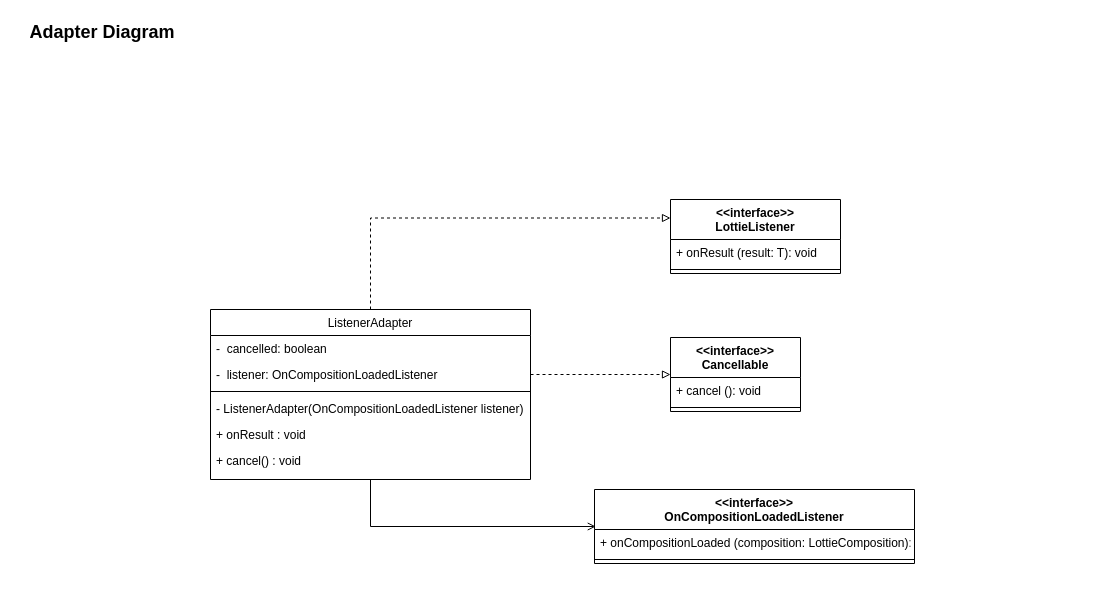
This is Adapter Diagram.drawio from ussnllmn/SAD-1-2564, a draw.io file, before an edit. Source tidied: cells renumbered, new cells numbered last; positions are measured from the earlier drawing's top-left corner, leaving out a move shared by most shapes. Both pictures are drawn from the tidied source at 100%, with x=0, y=0 at pixel (17, 17).
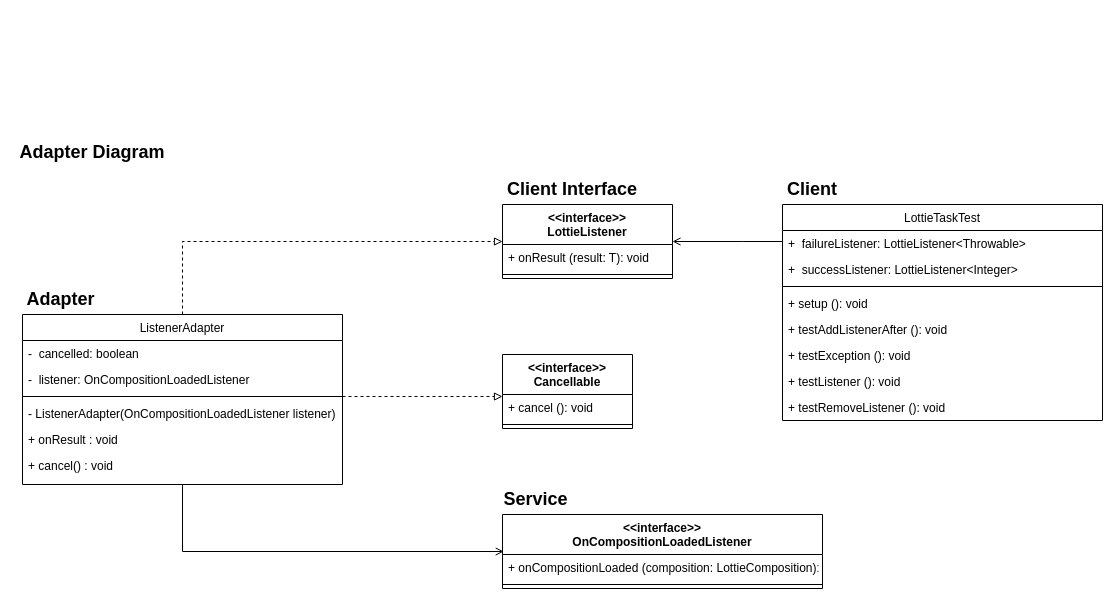
Above is the later version.

The change refers to these unchanged cells:
```xml
<mxCell id="6" value="-  listener: OnCompositionLoadedListener" style="text;align=left;verticalAlign=top;spacingLeft=4;spacingRight=4;overflow=hidden;points=[[0,0.5],[1,0.5]];portConstraint=eastwest;rounded=0;shadow=0;html=0;" parent="4" vertex="1">
  <mxGeometry y="52" width="320" height="26" as="geometry" />
</mxCell>
<mxCell id="7" style="line;html=1;strokeWidth=1;align=left;verticalAlign=middle;spacingTop=-1;spacingLeft=3;spacingRight=3;labelPosition=right;points=[];portConstraint=eastwest;" parent="4" vertex="1">
  <mxGeometry y="78" width="320" height="8" as="geometry" />
</mxCell>
<mxCell id="19" value="+ cancel (): void" style="text;align=left;verticalAlign=top;spacingLeft=4;spacingRight=4;overflow=hidden;points=[[0,0.5],[1,0.5]];portConstraint=eastwest;" parent="18" vertex="1">
  <mxGeometry y="40" width="130" height="26" as="geometry" />
</mxCell>
```

The edit, as a diff of the source:
```diff
@@
-    <mxCell id="2" style="edgeStyle=orthogonalEdgeStyle;rounded=0;jettySize=auto;html=1;entryX=0;entryY=0.25;entryDx=0;entryDy=0;dashed=1;endArrow=block;endFill=0;" parent="1" edge="1" source="4" target="15">
+    <mxCell id="2" style="edgeStyle=orthogonalEdgeStyle;rounded=0;jettySize=auto;html=1;entryX=0;entryY=0.5;entryDx=0;entryDy=0;dashed=1;endArrow=block;endFill=0;" parent="1" edge="1" source="4" target="15">
       <mxGeometry relative="1" as="geometry">
         <Array as="points">
-          <mxPoint x="353" y="201" />
+          <mxPoint x="165" y="224" />
         </Array>
       </mxGeometry>
     </mxCell>
@@
     <mxCell id="4" value="ListenerAdapter" style="swimlane;fontStyle=0;align=center;verticalAlign=top;horizontal=1;startSize=26;rounded=0;shadow=0;strokeWidth=1;" parent="1" vertex="1">
-      <mxGeometry x="193" y="292" width="320" height="170" as="geometry" />
+      <mxGeometry x="5" y="297" width="320" height="170" as="geometry" />
     </mxCell>
@@
     <mxCell id="11" value="Adapter Diagram" style="text;html=1;strokeColor=none;fillColor=none;align=center;verticalAlign=middle;whiteSpace=wrap;rounded=0;fontSize=18;fontStyle=1;" parent="1" vertex="1">
-      <mxGeometry width="170" height="30" as="geometry" />
+      <mxGeometry y="120" width="150" height="30" as="geometry" />
     </mxCell>
     <mxCell id="12" value="&lt;&lt;interface&gt;&gt;&#10;OnCompositionLoadedListener" style="swimlane;fontStyle=1;align=center;verticalAlign=top;horizontal=1;startSize=40;rounded=0;shadow=0;strokeWidth=1;" parent="1" vertex="1">
-      <mxGeometry x="577" y="472" width="320" height="74" as="geometry" />
+      <mxGeometry x="485" y="497" width="320" height="74" as="geometry" />
     </mxCell>
@@
     <mxCell id="15" value="&lt;&lt;interface&gt;&gt;&#10;LottieListener" style="swimlane;fontStyle=1;align=center;verticalAlign=top;horizontal=1;startSize=40;rounded=0;shadow=0;strokeWidth=1;" parent="1" vertex="1">
-      <mxGeometry x="653" y="182" width="170" height="74" as="geometry" />
+      <mxGeometry x="485" y="187" width="170" height="74" as="geometry" />
     </mxCell>
@@
     <mxCell id="18" value="&lt;&lt;interface&gt;&gt;&#10;Cancellable" style="swimlane;fontStyle=1;align=center;verticalAlign=top;horizontal=1;startSize=40;rounded=0;shadow=0;strokeWidth=1;" parent="1" vertex="1">
-      <mxGeometry x="653" y="320" width="130" height="74" as="geometry" />
+      <mxGeometry x="485" y="337" width="130" height="74" as="geometry" />
     </mxCell>
@@
-    <mxCell id="21" style="edgeStyle=orthogonalEdgeStyle;rounded=0;jettySize=auto;html=1;entryX=0;entryY=0.5;entryDx=0;entryDy=0;dashed=1;endArrow=block;endFill=0;" parent="1" edge="1" source="6" target="18">
-      <mxGeometry relative="1" as="geometry" />
-    </mxCell>
+    <mxCell id="22" value="Adapter" style="text;html=1;strokeColor=none;fillColor=none;align=center;verticalAlign=middle;whiteSpace=wrap;rounded=0;fontSize=18;fontStyle=1;" parent="1" vertex="1">
+      <mxGeometry x="5" y="267" width="77" height="30" as="geometry" />
+    </mxCell>
+    <mxCell id="23" value="Service" style="text;html=1;strokeColor=none;fillColor=none;align=center;verticalAlign=middle;whiteSpace=wrap;rounded=0;fontSize=18;fontStyle=1;" parent="1" vertex="1">
+      <mxGeometry x="485" y="467" width="67" height="30" as="geometry" />
+    </mxCell>
+    <mxCell id="24" value="LottieTaskTest" style="swimlane;fontStyle=0;align=center;verticalAlign=top;horizontal=1;startSize=26;rounded=0;shadow=0;strokeWidth=1;" parent="1" vertex="1">
+      <mxGeometry x="765" y="187" width="320" height="216" as="geometry" />
+    </mxCell>
+    <mxCell id="25" value="+  failureListener: LottieListener&lt;Throwable&gt;" style="text;align=left;verticalAlign=top;spacingLeft=4;spacingRight=4;overflow=hidden;points=[[0,0.5],[1,0.5]];portConstraint=eastwest;" parent="24" vertex="1">
+      <mxGeometry y="26" width="320" height="26" as="geometry" />
+    </mxCell>
+    <mxCell id="26" value="+  successListener: LottieListener&lt;Integer&gt;" style="text;align=left;verticalAlign=top;spacingLeft=4;spacingRight=4;overflow=hidden;rounded=0;shadow=0;html=0;" parent="24" vertex="1">
+      <mxGeometry y="52" width="320" height="26" as="geometry" />
+    </mxCell>
+    <mxCell id="27" style="line;html=1;strokeWidth=1;align=left;verticalAlign=middle;spacingTop=-1;spacingLeft=3;spacingRight=3;labelPosition=right;" parent="24" vertex="1">
+      <mxGeometry y="78" width="320" height="8" as="geometry" />
+    </mxCell>
+    <mxCell id="28" value="+ setup (): void" style="text;align=left;verticalAlign=top;spacingLeft=4;spacingRight=4;overflow=hidden;rounded=0;shadow=0;html=0;" parent="24" vertex="1">
+      <mxGeometry y="86" width="320" height="26" as="geometry" />
+    </mxCell>
+    <mxCell id="29" value="+ testAddListenerAfter (): void" style="text;align=left;verticalAlign=top;spacingLeft=4;spacingRight=4;overflow=hidden;" parent="24" vertex="1">
+      <mxGeometry y="112" width="320" height="26" as="geometry" />
+    </mxCell>
+    <mxCell id="30" value="+ testException (): void" style="text;align=left;verticalAlign=top;spacingLeft=4;spacingRight=4;overflow=hidden;" parent="24" vertex="1">
+      <mxGeometry y="138" width="320" height="26" as="geometry" />
+    </mxCell>
+    <mxCell id="31" value="+ testListener (): void" style="text;align=left;verticalAlign=top;spacingLeft=4;spacingRight=4;overflow=hidden;" parent="24" vertex="1">
+      <mxGeometry y="164" width="320" height="26" as="geometry" />
+    </mxCell>
+    <mxCell id="32" value="+ testRemoveListener (): void" style="text;align=left;verticalAlign=top;spacingLeft=4;spacingRight=4;overflow=hidden;" parent="24" vertex="1">
+      <mxGeometry y="190" width="320" height="26" as="geometry" />
+    </mxCell>
+    <mxCell id="33" style="edgeStyle=orthogonalEdgeStyle;rounded=0;jettySize=auto;html=1;entryX=0;entryY=0.078;entryDx=0;entryDy=0;entryPerimeter=0;dashed=1;endArrow=block;endFill=0;" parent="1" edge="1" source="7" target="19">
+      <mxGeometry relative="1" as="geometry" />
+    </mxCell>
+    <mxCell id="34" value="Client Interface" style="text;html=1;strokeColor=none;fillColor=none;align=center;verticalAlign=middle;whiteSpace=wrap;rounded=0;fontSize=18;fontStyle=1;" parent="1" vertex="1">
+      <mxGeometry x="485" y="157" width="140" height="30" as="geometry" />
+    </mxCell>
+    <mxCell id="35" style="edgeStyle=orthogonalEdgeStyle;rounded=0;jettySize=auto;html=1;entryX=1;entryY=0.5;entryDx=0;entryDy=0;endArrow=open;endFill=0;" parent="1" edge="1" source="25" target="15">
+      <mxGeometry relative="1" as="geometry">
+        <Array as="points">
+          <mxPoint x="725" y="224" />
+          <mxPoint x="725" y="224" />
+        </Array>
+      </mxGeometry>
+    </mxCell>
+    <mxCell id="36" value="Client" style="text;html=1;strokeColor=none;fillColor=none;align=center;verticalAlign=middle;whiteSpace=wrap;rounded=0;fontSize=18;fontStyle=1;" parent="1" vertex="1">
+      <mxGeometry x="765" y="157" width="60" height="30" as="geometry" />
+    </mxCell>
```
